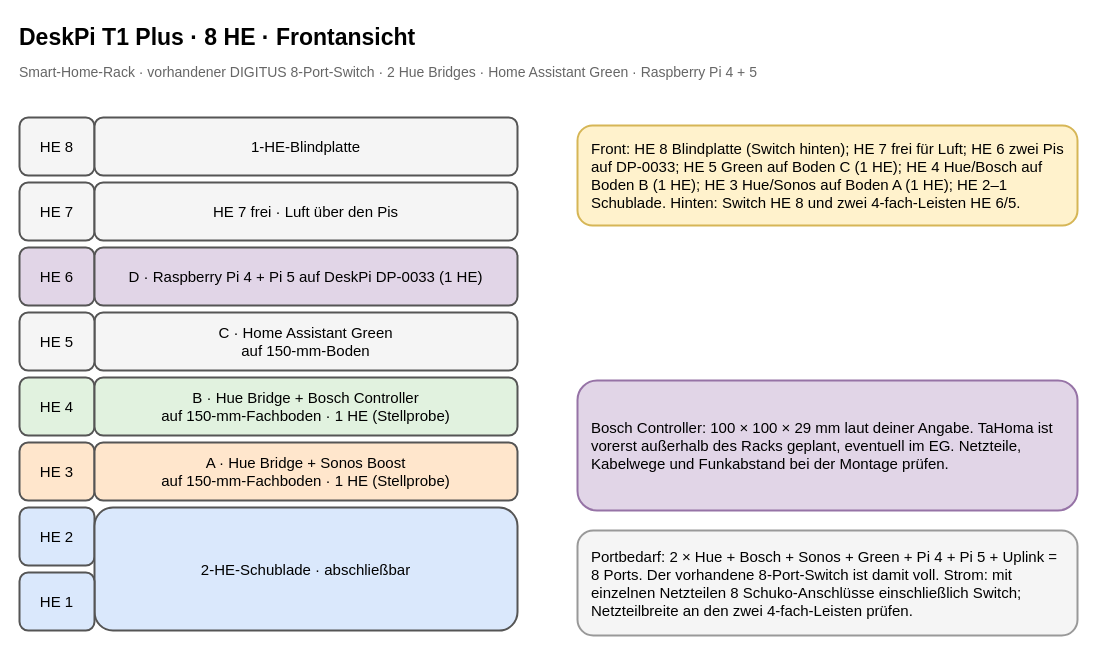
This is page "DeskPi 8 HE – Front" (1 of 4) of 10-zoll-rack-planung.drawio from tiptronic/diagrams, a draw.io file, before an edit. Source tidied: cells renumbered, new cells numbered last; positions are measured from the earlier drawing's top-left corner, leaving out a move shared by most shapes. Both pictures are drawn from the tidied source at 100%, with x=0, y=0 at pixel (17, 17).
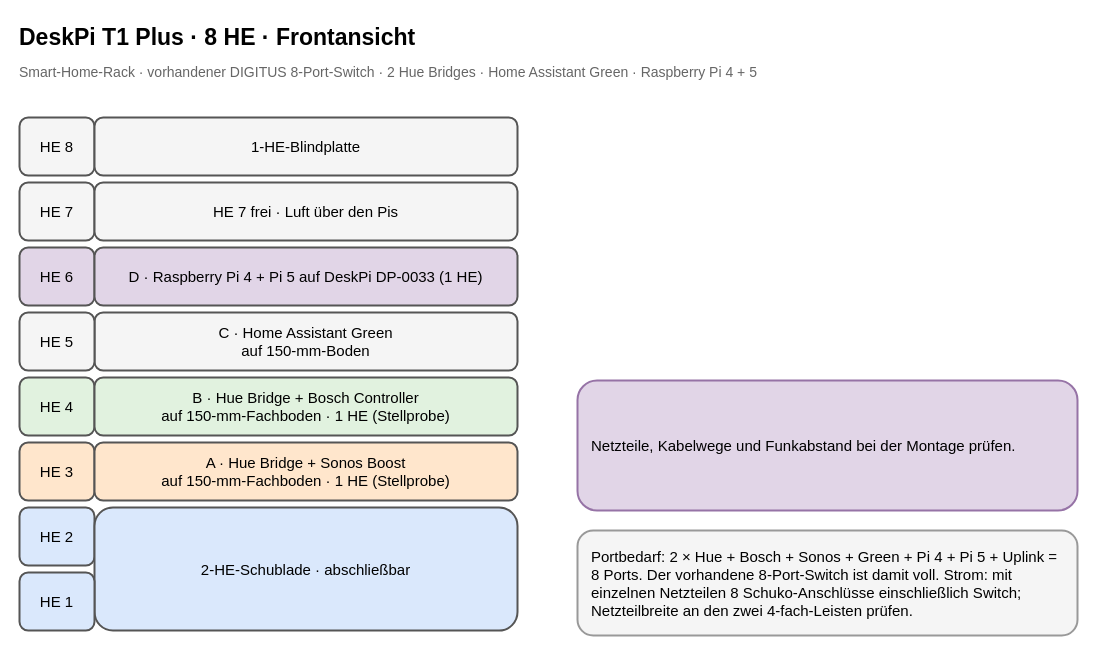
The same diagram, later.

Commit message:
remove non-interessting stuff

What changed in the source:
```diff
@@
-    <mxCell id="19" value="Front: HE 8 Blindplatte (Switch hinten); HE 7 frei für Luft; HE 6 zwei Pis auf DP-0033; HE 5 Green auf Boden C (1 HE); HE 4 Hue/Bosch auf Boden B (1 HE); HE 3 Hue/Sonos auf Boden A (1 HE); HE 2–1 Schublade. Hinten: Switch HE 8 und zwei 4-fach-Leisten HE 6/5." style="rounded=1;whiteSpace=wrap;html=1;align=center;verticalAlign=middle;strokeWidth=2;fontSize=15;align=left;spacing=14;fillColor=#fff2cc;strokeColor=#d6b656;" parent="1" vertex="1">
-      <mxGeometry x="560" y="108" width="500" height="100" as="geometry" />
-    </mxCell>
-    <mxCell id="20" value="Bosch Controller: 100 × 100 × 29 mm laut deiner Angabe. TaHoma ist vorerst außerhalb des Racks geplant, eventuell im EG. Netzteile, Kabelwege und Funkabstand bei der Montage prüfen." style="rounded=1;whiteSpace=wrap;html=1;align=center;verticalAlign=middle;strokeWidth=2;fontSize=15;align=left;spacing=14;fillColor=#e1d5e7;strokeColor=#9673a6;" parent="1" vertex="1">
+    <mxCell id="20" value="Netzteile, Kabelwege und Funkabstand bei der Montage prüfen." style="rounded=1;whiteSpace=wrap;html=1;align=center;verticalAlign=middle;strokeWidth=2;fontSize=15;align=left;spacing=14;fillColor=#e1d5e7;strokeColor=#9673a6;" parent="1" vertex="1">
       <mxGeometry x="560" y="363" width="500" height="130" as="geometry" />
     </mxCell>
```
